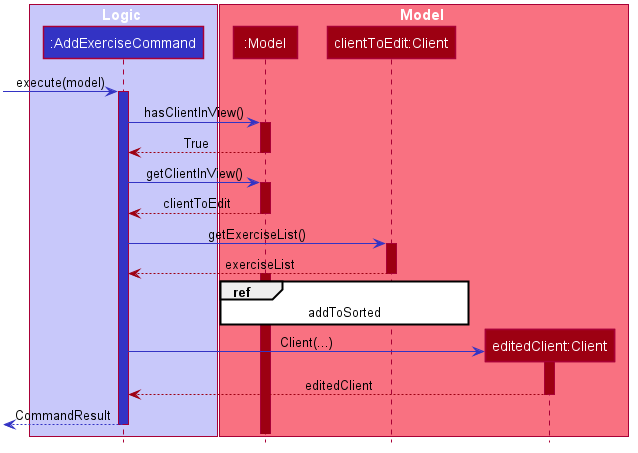
Before: docs/images/AddExerciseCommandSequenceDiagram.png, a diagram exported from PlantUML (nus-cs2103-AY1920S2/addressbook-level3).
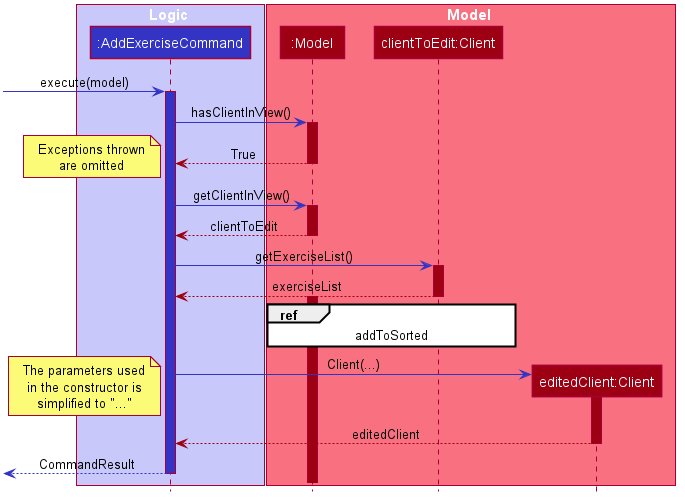
Later version of the same file.

Commit message:
add notes to diagram

The edit, as a diff of the source:
```diff
@@ -66,6 +66,10 @@
 activate model #9D0012
 model --[#9D0012]> AddExerciseCommand : True
 deactivate model
+note left
+Exceptions thrown
+are omitted
+end note
 
 AddExerciseCommand -[#3333C4]> model : getClientInView()
 activate model #9D0012
@@ -83,6 +87,11 @@
 end ref
 
 AddExerciseCommand -[#3333C4]> client2 ** : Client(...)
+note left
+The parameters used
+in the constructor is
+simplified to "..."
+end note
 activate client2 #9D0012
 
 client2 --[#9D0012]> AddExerciseCommand : editedClient
```
